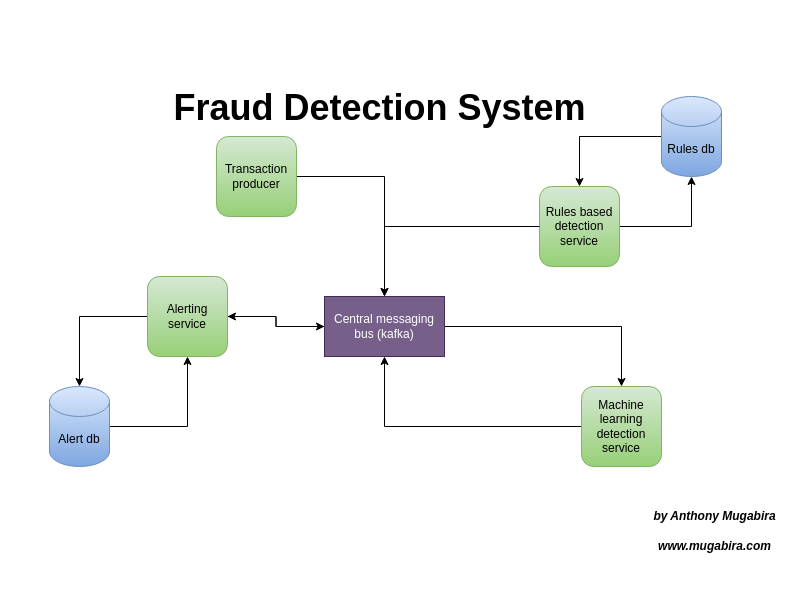
Above: page "Page-1" (1 of 2) of fds-arch.drawio in mugabira/fraud-detection-system (draw.io), before the change. Source tidied: cells renumbered, new cells numbered last; positions are measured from the earlier drawing's top-left corner, leaving out a move shared by most shapes. Both pictures are drawn from the tidied source at 100%, with x=0, y=0 at pixel (49, 57).
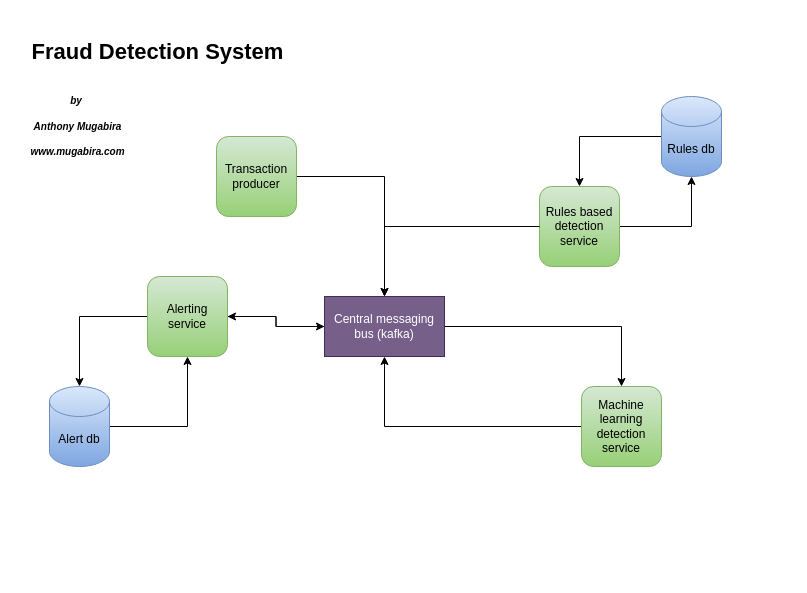
The same page after the edit.

The edit, as a diff of the source:
```diff
@@
-<mxGraphModel>
+<mxGraphModel background="light-dark(#FFFFFF,#000000)">
@@
-    <mxCell id="19" value="&lt;h1&gt;Fraud Detection System&lt;/h1&gt;" style="text;html=1;align=center;verticalAlign=middle;fontStyle=1;fontSize=18;" parent="1" vertex="1">
-      <mxGeometry x="110" width="440" height="100" as="geometry" />
+    <mxCell id="19" value="&lt;h1&gt;Fraud Detection System&lt;/h1&gt;" style="text;html=1;align=center;verticalAlign=middle;fontStyle=1;fontSize=11;labelBackgroundColor=light-dark(#FFFFFF,#7048FF);" parent="1" vertex="1">
+      <mxGeometry x="-32" y="-40" width="280" height="70" as="geometry" />
     </mxCell>
-    <mxCell id="20" value="&lt;h4&gt;&lt;i&gt;by Anthony Mugabira&lt;/i&gt;&lt;/h4&gt;&lt;h4&gt;&lt;i&gt;www.mugabira.com&lt;/i&gt;&lt;/h4&gt;" style="text;html=1;align=center;verticalAlign=middle;strokeColor=none;fillColor=none;" parent="1" vertex="1">
-      <mxGeometry x="590" y="429" width="150" height="90" as="geometry" />
+    <mxCell id="20" value="&lt;h4&gt;&lt;i&gt;by&amp;nbsp;&lt;/i&gt;&lt;/h4&gt;&lt;h4&gt;&lt;i&gt;Anthony Mugabira&lt;/i&gt;&lt;/h4&gt;&lt;h4&gt;&lt;i&gt;www.mugabira.com&lt;/i&gt;&lt;/h4&gt;" style="text;html=1;align=center;verticalAlign=middle;strokeColor=none;fillColor=none;fontSize=10;" parent="1" vertex="1">
+      <mxGeometry x="-32" y="19" width="120" height="100" as="geometry" />
     </mxCell>
```
